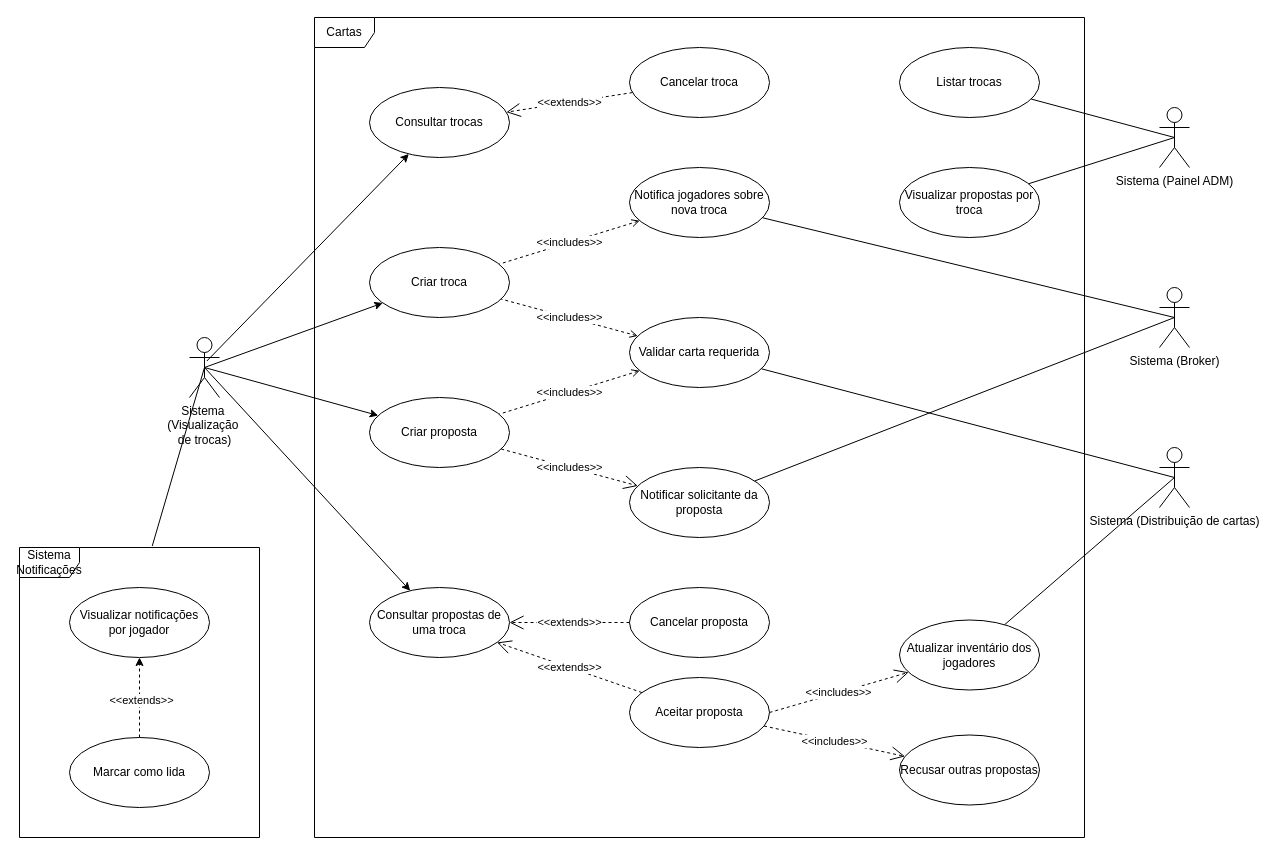
Earlier version of the draw.io diagram documentacao/diagrama de caso de uso.drawio (S03-2026-2/trocas). Source tidied: cells renumbered, new cells numbered last; positions are measured from the earlier drawing's top-left corner, leaving out a move shared by most shapes. Both pictures are drawn from the tidied source at 100%, with x=0, y=0 at pixel (19, 17).
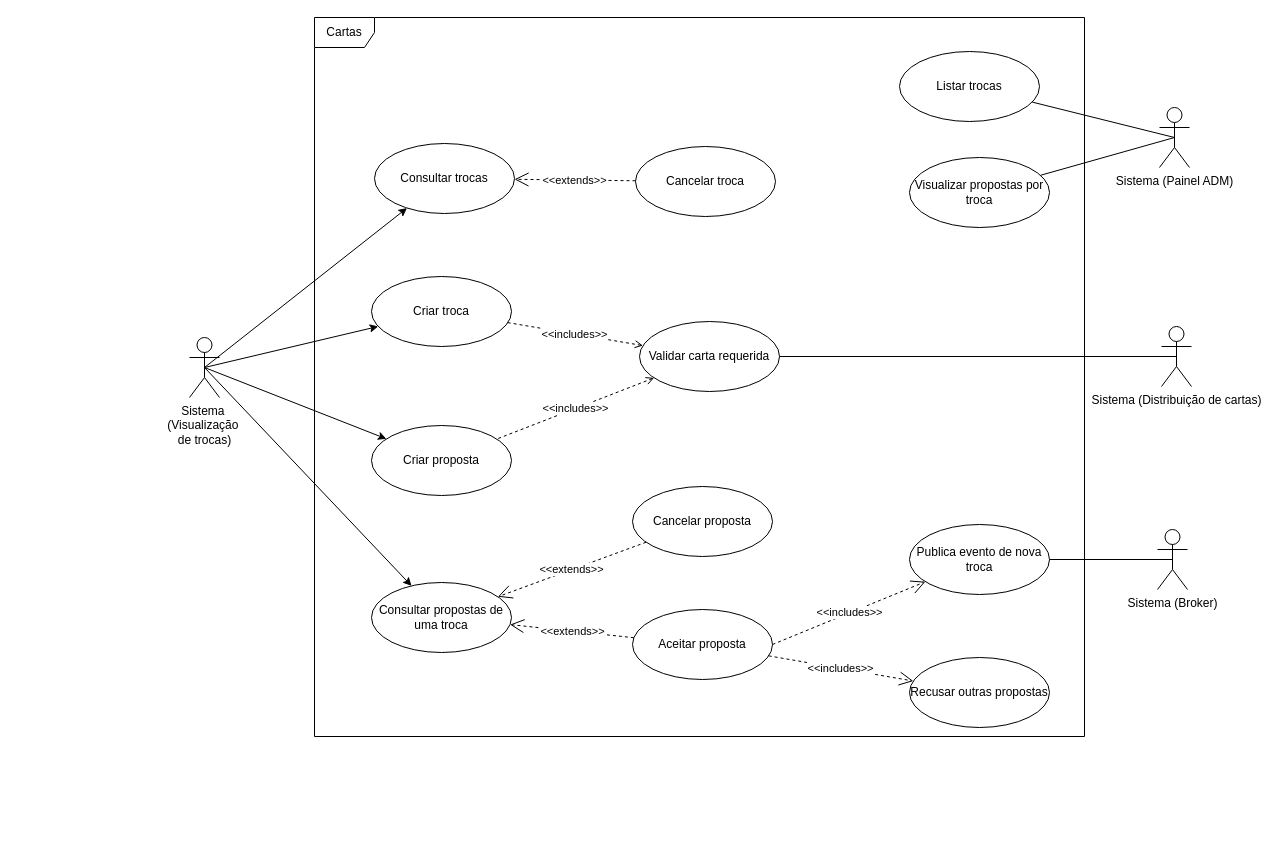
Above is the later version.

Commit message (it also covers changes not shown here):
doc: atualizando diagramas

Unchanged cells that the change refers to:
```xml
<mxCell id="6" value="&lt;div&gt;Sistema&amp;nbsp;&lt;/div&gt;&lt;div&gt;(Visualização&amp;nbsp;&lt;/div&gt;&lt;div&gt;de trocas)&lt;/div&gt;" style="shape=umlActor;verticalLabelPosition=bottom;verticalAlign=top;html=1;" parent="1" vertex="1">
  <mxGeometry x="170" y="320" width="30" height="60" as="geometry" />
</mxCell>
```

Diff of the diagram source:
```diff
@@
-    <mxCell id="3" style="rounded=0;jettySize=auto;html=1;exitX=0.578;exitY=0.392;exitDx=0;exitDy=0;exitPerimeter=0;" parent="1" edge="1" source="6" target="8">
+    <mxCell id="3" style="rounded=0;jettySize=auto;html=1;exitX=0.5;exitY=0.5;exitDx=0;exitDy=0;exitPerimeter=0;" parent="1" edge="1" source="6" target="8">
       <mxGeometry relative="1" as="geometry" />
     </mxCell>
@@
     <mxCell id="7" value="Criar troca" style="ellipse;whiteSpace=wrap;html=1;" parent="1" vertex="1">
-      <mxGeometry x="350" y="230" width="140" height="70" as="geometry" />
+      <mxGeometry x="352" y="259" width="140" height="70" as="geometry" />
     </mxCell>
     <mxCell id="8" value="&lt;div&gt;Consultar trocas&lt;/div&gt;" style="ellipse;whiteSpace=wrap;html=1;" parent="1" vertex="1">
-      <mxGeometry x="350" y="70" width="140" height="70" as="geometry" />
+      <mxGeometry x="355" y="126" width="140" height="70" as="geometry" />
     </mxCell>
     <mxCell id="9" value="Consultar propostas de uma troca" style="ellipse;whiteSpace=wrap;html=1;" parent="1" vertex="1">
-      <mxGeometry x="350" y="570" width="140" height="70" as="geometry" />
+      <mxGeometry x="352" y="565" width="140" height="70" as="geometry" />
     </mxCell>
     <mxCell id="10" value="Aceitar proposta" style="ellipse;whiteSpace=wrap;html=1;" parent="1" vertex="1">
-      <mxGeometry x="610" y="660" width="140" height="70" as="geometry" />
+      <mxGeometry x="613" y="592" width="140" height="70" as="geometry" />
     </mxCell>
     <mxCell id="11" value="Cancelar proposta" style="ellipse;whiteSpace=wrap;html=1;" parent="1" vertex="1">
-      <mxGeometry x="610" y="570" width="140" height="70" as="geometry" />
+      <mxGeometry x="613" y="469" width="140" height="70" as="geometry" />
     </mxCell>
     <mxCell id="12" value="Cancelar troca" style="ellipse;whiteSpace=wrap;html=1;" parent="1" vertex="1">
-      <mxGeometry x="610" y="30" width="140" height="70" as="geometry" />
+      <mxGeometry x="616" y="129" width="140" height="70" as="geometry" />
     </mxCell>
-    <mxCell id="13" value="Notifica jogadores sobre nova troca" style="ellipse;whiteSpace=wrap;html=1;" parent="1" vertex="1">
-      <mxGeometry x="610" y="150" width="140" height="70" as="geometry" />
-    </mxCell>
     <mxCell id="14" value="Validar carta requerida" style="ellipse;whiteSpace=wrap;html=1;" parent="1" vertex="1">
-      <mxGeometry x="610" y="300" width="140" height="70" as="geometry" />
+      <mxGeometry x="620" y="304" width="140" height="70" as="geometry" />
     </mxCell>
@@
-    <mxCell id="16" value="Notificar solicitante da proposta" style="ellipse;whiteSpace=wrap;html=1;" parent="1" vertex="1">
-      <mxGeometry x="610" y="450" width="140" height="70" as="geometry" />
-    </mxCell>
     <mxCell id="17" value="&lt;div&gt;Criar proposta&lt;/div&gt;" style="ellipse;whiteSpace=wrap;html=1;" parent="1" vertex="1">
-      <mxGeometry x="350" y="380" width="140" height="70" as="geometry" />
+      <mxGeometry x="352" y="408" width="140" height="70" as="geometry" />
     </mxCell>
     <mxCell id="18" value="Recusar outras propostas" style="ellipse;whiteSpace=wrap;html=1;" parent="1" vertex="1">
-      <mxGeometry x="880" y="717.5" width="140" height="70" as="geometry" />
+      <mxGeometry x="890" y="640" width="140" height="70" as="geometry" />
     </mxCell>
-    <mxCell id="19" style="edgeStyle=none;rounded=0;jettySize=auto;html=1;endArrow=none;endFill=0;entryX=0.5;entryY=0.5;entryDx=0;entryDy=0;entryPerimeter=0;" parent="1" edge="1" source="20" target="21">
-      <mxGeometry relative="1" as="geometry" />
-    </mxCell>
-    <mxCell id="20" value="Atualizar inventário dos jogadores" style="ellipse;whiteSpace=wrap;html=1;" parent="1" vertex="1">
-      <mxGeometry x="880" y="602.5" width="140" height="70" as="geometry" />
+    <mxCell id="20" value="Publica evento de nova troca" style="ellipse;whiteSpace=wrap;html=1;" parent="1" vertex="1">
+      <mxGeometry x="890" y="507" width="140" height="70" as="geometry" />
     </mxCell>
     <mxCell id="21" value="Sistema (Distribuição de cartas)" style="shape=umlActor;verticalLabelPosition=bottom;verticalAlign=top;html=1;" parent="1" vertex="1">
-      <mxGeometry x="1140" y="430" width="30" height="60" as="geometry" />
+      <mxGeometry x="1142" y="309" width="30" height="60" as="geometry" />
     </mxCell>
@@
     <mxCell id="24" value="Listar trocas" style="ellipse;whiteSpace=wrap;html=1;" parent="1" vertex="1">
-      <mxGeometry x="880" y="30" width="140" height="70" as="geometry" />
+      <mxGeometry x="880" y="34" width="140" height="70" as="geometry" />
     </mxCell>
     <mxCell id="25" value="Visualizar propostas por troca" style="ellipse;whiteSpace=wrap;html=1;" parent="1" vertex="1">
-      <mxGeometry x="880" y="150" width="140" height="70" as="geometry" />
+      <mxGeometry x="890" y="140" width="140" height="70" as="geometry" />
     </mxCell>
@@
-    <mxCell id="33" value="&amp;lt;&amp;lt;includes&amp;gt;&amp;gt;" style="endArrow=open;endSize=12;dashed=1;html=1;rounded=0;" parent="1" edge="1" source="17" target="16">
-      <mxGeometry relative="1" as="geometry" />
-    </mxCell>
-    <mxCell id="34" value="&amp;lt;&amp;lt;includes&amp;gt;&amp;gt;" style="endArrow=none;endSize=12;dashed=1;html=1;rounded=0;endFill=0;startArrow=open;startFill=0;" parent="1" edge="1" source="13" target="7">
-      <mxGeometry relative="1" as="geometry" />
-    </mxCell>
@@
     <mxCell id="36" value="Sistema (Broker)" style="shape=umlActor;verticalLabelPosition=bottom;verticalAlign=top;html=1;" parent="1" vertex="1">
-      <mxGeometry x="1140" y="270" width="30" height="60" as="geometry" />
+      <mxGeometry x="1138" y="512" width="30" height="60" as="geometry" />
     </mxCell>
-    <mxCell id="37" style="edgeStyle=none;rounded=0;jettySize=auto;html=1;endArrow=none;endFill=0;entryX=0.5;entryY=0.5;entryDx=0;entryDy=0;entryPerimeter=0;" parent="1" edge="1" source="13" target="36">
-      <mxGeometry relative="1" as="geometry" />
-    </mxCell>
-    <mxCell id="38" style="edgeStyle=none;rounded=0;jettySize=auto;html=1;endArrow=none;endFill=0;entryX=0.5;entryY=0.5;entryDx=0;entryDy=0;entryPerimeter=0;" parent="1" edge="1" source="16" target="36">
-      <mxGeometry relative="1" as="geometry" />
-    </mxCell>
-    <mxCell id="39" value="Visualizar notificações por jogador" style="ellipse;whiteSpace=wrap;html=1;" parent="1" vertex="1">
-      <mxGeometry x="50" y="570" width="140" height="70" as="geometry" />
-    </mxCell>
-    <mxCell id="40" style="rounded=0;jettySize=auto;html=1;dashed=1;" parent="1" edge="1" source="42" target="39">
-      <mxGeometry relative="1" as="geometry" />
-    </mxCell>
-    <mxCell id="41" value="&amp;lt;&amp;lt;extends&amp;gt;&amp;gt;" style="edgeLabel;html=1;align=center;verticalAlign=middle;" parent="40" vertex="1">
-      <mxGeometry x="-0.04" y="-1" relative="1" as="geometry" />
-    </mxCell>
-    <mxCell id="42" value="Marcar como lida" style="ellipse;whiteSpace=wrap;html=1;" parent="1" vertex="1">
-      <mxGeometry x="50" y="720" width="140" height="70" as="geometry" />
-    </mxCell>
     <mxCell id="43" value="Cartas" style="shape=umlFrame;whiteSpace=wrap;html=1;" parent="1" vertex="1">
-      <mxGeometry x="295" width="770" height="820" as="geometry" />
+      <mxGeometry x="295" width="770" height="719" as="geometry" />
     </mxCell>
-    <mxCell id="44" value="Sistema Notificações" style="shape=umlFrame;whiteSpace=wrap;html=1;" parent="1" vertex="1">
-      <mxGeometry y="530" width="240" height="290" as="geometry" />
-    </mxCell>
-    <mxCell id="45" style="rounded=0;jettySize=auto;html=1;entryX=0.5;entryY=0.5;entryDx=0;entryDy=0;entryPerimeter=0;endArrow=none;endFill=0;exitX=0.553;exitY=-0.005;exitDx=0;exitDy=0;exitPerimeter=0;" parent="1" edge="1" source="44" target="6">
-      <mxGeometry relative="1" as="geometry" />
-    </mxCell>
+    <mxCell id="46" style="rounded=0;jettySize=auto;html=1;exitX=1;exitY=0.5;exitDx=0;exitDy=0;entryX=0.5;entryY=0.5;entryDx=0;entryDy=0;entryPerimeter=0;endArrow=none;endFill=0;" parent="1" edge="1" source="20" target="36">
+      <mxGeometry relative="1" as="geometry" />
+    </mxCell>
```
